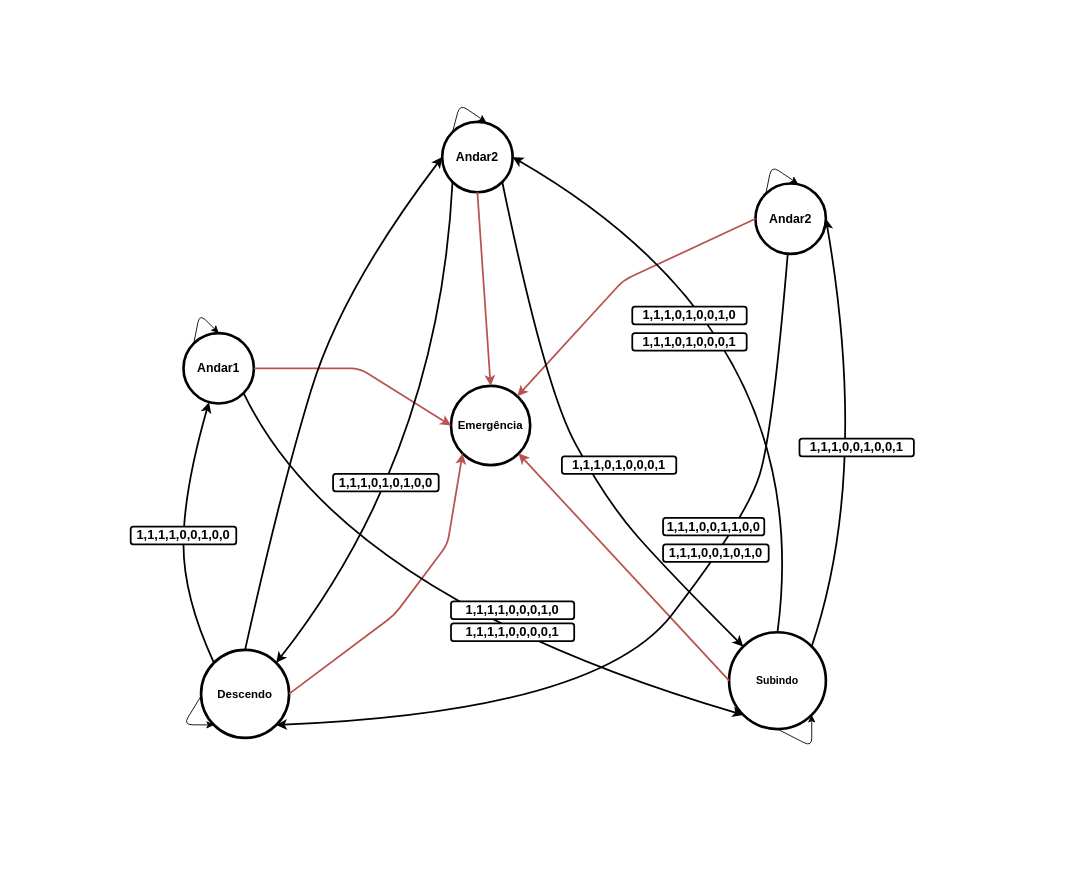
This is GB/Elevador/Elevador.drawio from davischmitz/prototipacao-digital, a draw.io file, before an edit. Source tidied: cells renumbered, new cells numbered last; positions are measured from the earlier drawing's top-left corner, leaving out a move shared by most shapes. Both pictures are drawn from the tidied source at 88%, with x=0, y=0 at pixel (130, 104).
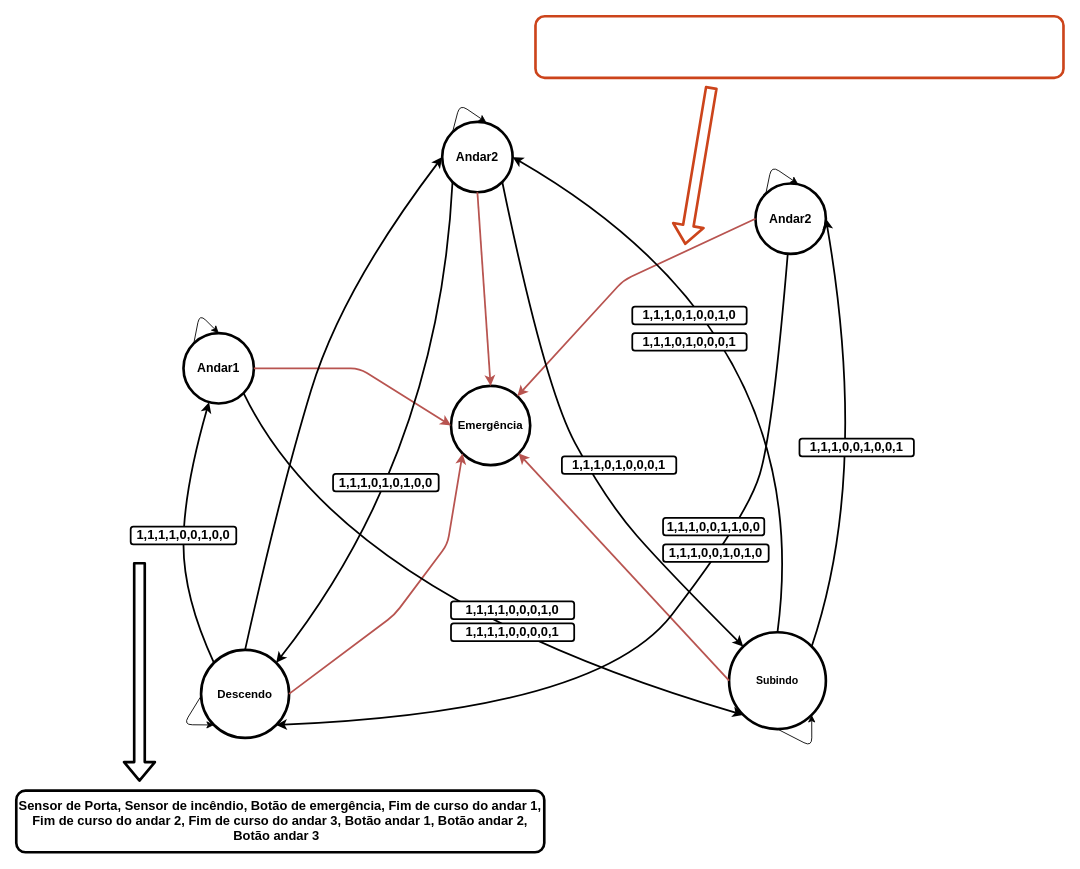
Above is the later version.

Change to the diagram source:
```diff
@@
+    <mxCell id="36" style="shape=flexArrow;endArrow=classic;html=1;strokeWidth=3;" parent="1" edge="1">
+      <mxGeometry relative="1" as="geometry">
+        <mxPoint x="10" y="520" as="sourcePoint" />
+        <mxPoint x="10" y="770" as="targetPoint" />
+      </mxGeometry>
+    </mxCell>
+    <mxCell id="37" value="&lt;font face=&quot;arial&quot;&gt;&lt;span style=&quot;font-size: 14.6667px&quot;&gt;&lt;b&gt;Sensor de Porta, Sensor de incêndio, Botão de emergência, Fim de curso do andar 1, Fim de curso do andar 2, Fim de curso do andar 3, Botão andar 1, Botão andar 2, Botão andar 3&amp;nbsp;&amp;nbsp;&lt;/b&gt;&lt;/span&gt;&lt;/font&gt;" style="text;html=1;align=center;verticalAlign=middle;whiteSpace=wrap;rounded=1;shadow=0;strokeColor=#000000;glass=0;fillColor=#ffffff;strokeWidth=3;" parent="1" vertex="1">
+      <mxGeometry x="-130" y="780" width="600" height="70" as="geometry" />
+    </mxCell>
+    <mxCell id="38" style="text;html=1;align=center;verticalAlign=middle;whiteSpace=wrap;rounded=1;shadow=0;glass=0;fillColor=#ffffff;strokeWidth=3;strokeColor=#CC441B;" parent="1" vertex="1">
+      <mxGeometry x="460" y="-100" width="600" height="70" as="geometry" />
+    </mxCell>
+    <mxCell id="39" style="shape=flexArrow;endArrow=classic;html=1;strokeWidth=3;strokeColor=#CC441B;fillColor=#ffffff;" parent="1" edge="1">
+      <mxGeometry relative="1" as="geometry">
+        <mxPoint x="660" y="-20" as="sourcePoint" />
+        <mxPoint x="630" y="160" as="targetPoint" />
+      </mxGeometry>
+    </mxCell>
```
